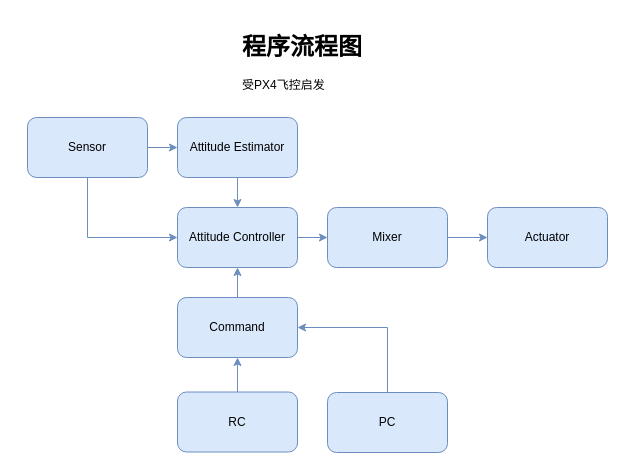
xrobot-org/XRobot keeps this draw.io diagram as Doc/嵌入式程序流程图.drawio. Above is the earlier version. Source tidied: cells renumbered, new cells numbered last; positions are measured from the earlier drawing's top-left corner, leaving out a move shared by most shapes. Both pictures are drawn from the tidied source at 100%, with x=0, y=0 at pixel (27, 27).
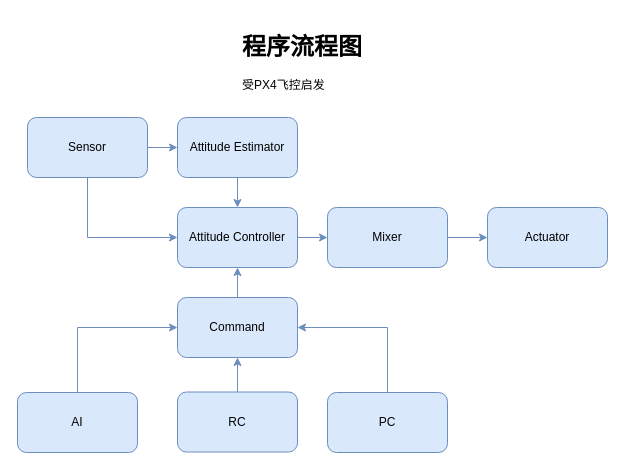
The same diagram, later.

Commit message (it also covers changes not shown here):
!53 更新图片 Merge pull request !53 from 刘骢/2020

The change refers to these unchanged cells:
```xml
<mxCell id="13" value="Command" style="rounded=1;whiteSpace=wrap;html=1;fillColor=#dae8fc;strokeColor=#6c8ebf;" parent="1" vertex="1">
  <mxGeometry x="150" y="270" width="120" height="60" as="geometry" />
</mxCell>
```

Diff of the diagram source:
```diff
@@
+    <mxCell id="19" style="edgeStyle=orthogonalEdgeStyle;rounded=0;jettySize=auto;html=1;entryX=0;entryY=0.5;entryDx=0;entryDy=0;fillColor=#dae8fc;strokeColor=#6c8ebf;" parent="1" edge="1" source="20" target="13">
+      <mxGeometry relative="1" as="geometry">
+        <Array as="points">
+          <mxPoint x="50" y="300" />
+        </Array>
+      </mxGeometry>
+    </mxCell>
+    <mxCell id="20" value="AI" style="rounded=1;whiteSpace=wrap;html=1;fillColor=#dae8fc;strokeColor=#6c8ebf;" parent="1" vertex="1">
+      <mxGeometry x="-10" y="365" width="120" height="60" as="geometry" />
+    </mxCell>
```
